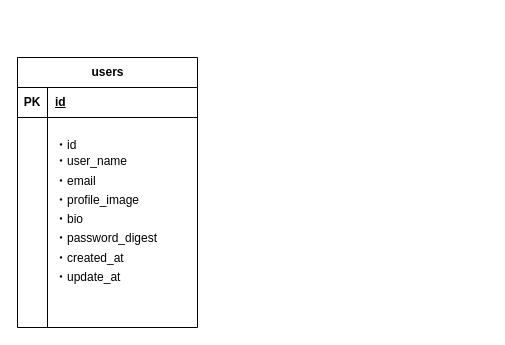
taisuke-kiyomura-code/learning-area keeps this draw.io diagram as .github/ER図お試し.drawio. Above is the earlier version. Source tidied: cells renumbered, new cells numbered last; positions are measured from the earlier drawing's top-left corner, leaving out a move shared by most shapes. Both pictures are drawn from the tidied source at 100%, with x=0, y=0 at pixel (17, 57).
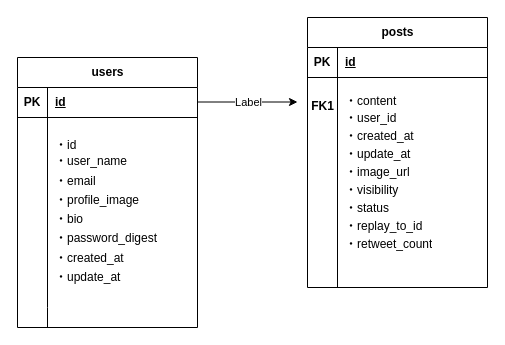
After the change.

Commit message:
ER図お試し.drawio を更新します

What changed in the source:
```diff
@@
-    <mxCell id="12" style="endArrow=none;html=1;rounded=0;entryX=0.194;entryY=1.133;entryDx=0;entryDy=0;entryPerimeter=0;" parent="1" edge="1">
-      <mxGeometry relative="1" as="geometry">
-        <mxPoint x="30" y="260" as="sourcePoint" />
-        <mxPoint x="30" y="140" as="targetPoint" />
-      </mxGeometry>
-    </mxCell>
+    <mxCell id="13" value="&lt;div style=&quot;text-align: start;&quot;&gt;&lt;span style=&quot;background-color: initial; text-wrap: wrap;&quot;&gt;&lt;font face=&quot;-webkit-standard&quot;&gt;posts&lt;/font&gt;&lt;/span&gt;&lt;/div&gt;" style="shape=table;startSize=30;childLayout=tableLayout;rowLines=0;fontStyle=1;align=center;html=1;" parent="1" vertex="1">
+      <mxGeometry x="290" y="-40" width="180" height="270" as="geometry" />
+    </mxCell>
+    <mxCell id="14" style="shape=tableRow;horizontal=0;startSize=0;swimlaneHead=0;swimlaneBody=0;fillColor=none;top=0;left=0;right=0;bottom=1;" parent="13" vertex="1">
+      <mxGeometry y="30" width="180" height="30" as="geometry" />
+    </mxCell>
+    <mxCell id="15" value="PK" style="shape=partialRectangle;fillColor=none;top=0;left=0;bottom=0;right=0;fontStyle=1;overflow=hidden;whiteSpace=wrap;html=1;" parent="14" vertex="1">
+      <mxGeometry width="30" height="30" as="geometry" />
+    </mxCell>
+    <mxCell id="16" value="id" style="shape=partialRectangle;fillColor=none;top=0;left=0;bottom=0;right=0;align=left;spacingLeft=6;fontStyle=5;overflow=hidden;whiteSpace=wrap;html=1;" parent="14" vertex="1">
+      <mxGeometry x="30" width="150" height="30" as="geometry" />
+    </mxCell>
+    <mxCell id="17" style="shape=tableRow;horizontal=0;startSize=0;swimlaneHead=0;swimlaneBody=0;fillColor=none;top=0;left=0;right=0;bottom=0;" parent="13" vertex="1">
+      <mxGeometry y="60" width="180" height="210" as="geometry" />
+    </mxCell>
+    <mxCell id="18" style="shape=partialRectangle;fillColor=none;top=0;left=0;bottom=0;right=0;overflow=hidden;whiteSpace=wrap;html=1;" parent="17" vertex="1">
+      <mxGeometry width="30" height="210" as="geometry" />
+    </mxCell>
+    <mxCell id="19" value="・content&lt;div style=&quot;line-height: 150%;&quot;&gt;・user_id&lt;/div&gt;&lt;div style=&quot;line-height: 150%;&quot;&gt;・created_at&lt;/div&gt;&lt;div style=&quot;line-height: 150%;&quot;&gt;・update_at&lt;/div&gt;&lt;div style=&quot;line-height: 150%;&quot;&gt;・image_url&lt;/div&gt;&lt;div style=&quot;line-height: 150%;&quot;&gt;・visibility&lt;/div&gt;&lt;div style=&quot;line-height: 150%;&quot;&gt;・status&lt;/div&gt;&lt;div style=&quot;line-height: 150%;&quot;&gt;・replay_to_id&lt;/div&gt;&lt;div style=&quot;line-height: 150%;&quot;&gt;・retweet_count&lt;/div&gt;&lt;div style=&quot;line-height: 150%;&quot;&gt;&lt;br&gt;&lt;/div&gt;" style="shape=partialRectangle;fillColor=none;top=0;left=0;bottom=0;right=0;align=left;spacingLeft=6;overflow=hidden;whiteSpace=wrap;html=1;" parent="17" vertex="1">
+      <mxGeometry x="30" width="150" height="210" as="geometry" />
+    </mxCell>
+    <mxCell id="20" style="endArrow=classic;html=1;rounded=0;" parent="1" edge="1">
+      <mxGeometry relative="1" as="geometry">
+        <mxPoint x="180" y="44.5" as="sourcePoint" />
+        <mxPoint x="280" y="44.5" as="targetPoint" />
+        <Array as="points">
+          <mxPoint x="230" y="44.5" />
+        </Array>
+      </mxGeometry>
+    </mxCell>
+    <mxCell id="21" value="Label" style="edgeLabel;html=1;align=center;verticalAlign=middle;" parent="20" vertex="1">
+      <mxGeometry relative="1" as="geometry" />
+    </mxCell>
+    <mxCell id="22" value="&lt;font style=&quot;font-size: 12px;&quot;&gt;FK1&lt;/font&gt;" style="text;strokeColor=none;fillColor=none;html=1;fontSize=24;fontStyle=1;verticalAlign=middle;align=center;" parent="1" vertex="1">
+      <mxGeometry x="280" y="30" width="50" height="30" as="geometry" />
+    </mxCell>
```
